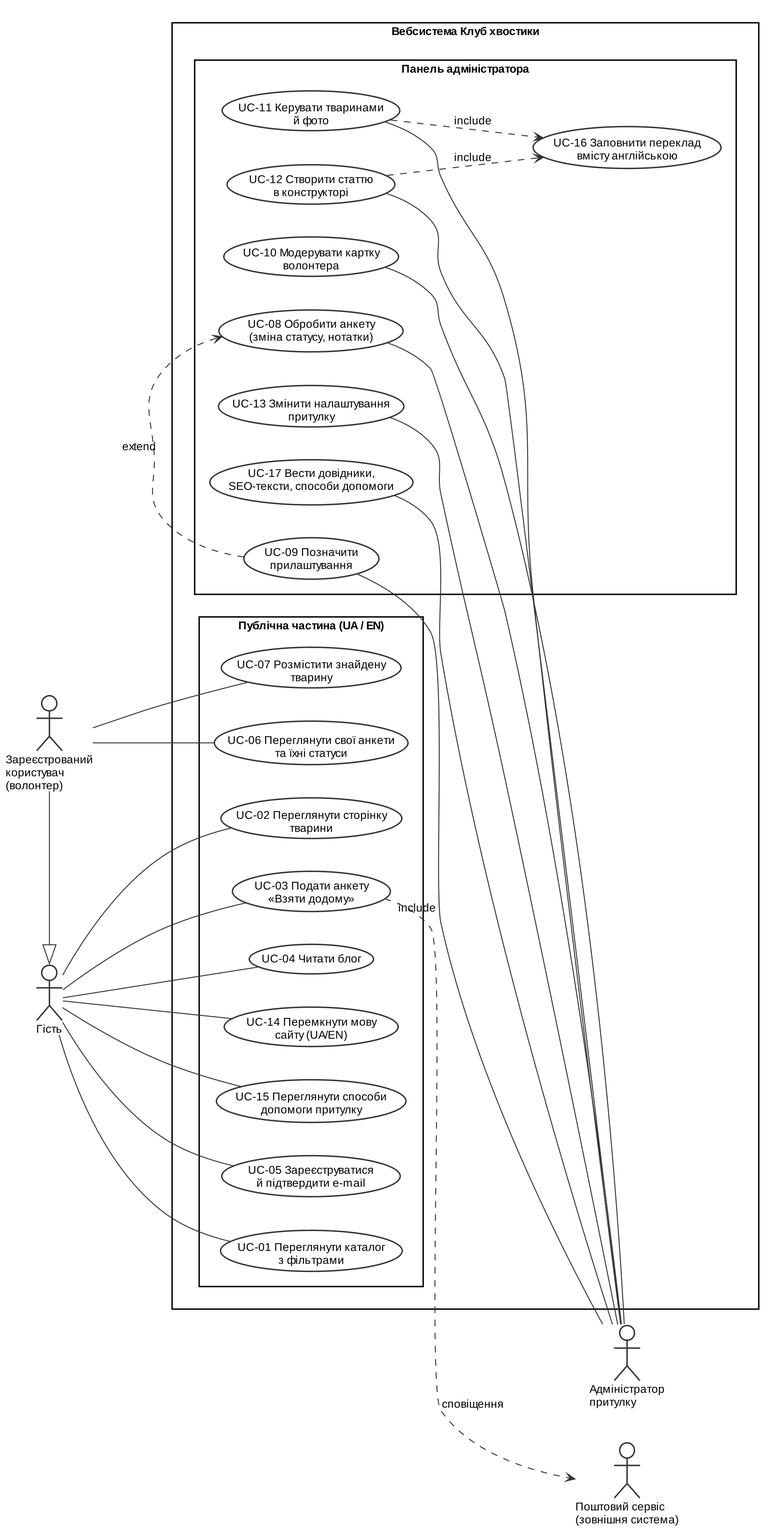
MaruSoul/shelter-adoption keeps this PlantUML diagram as docs/diagrams/01-usecases.png. Above is the earlier version. Its source is kept beside it as docs/diagrams/01-usecases.puml.
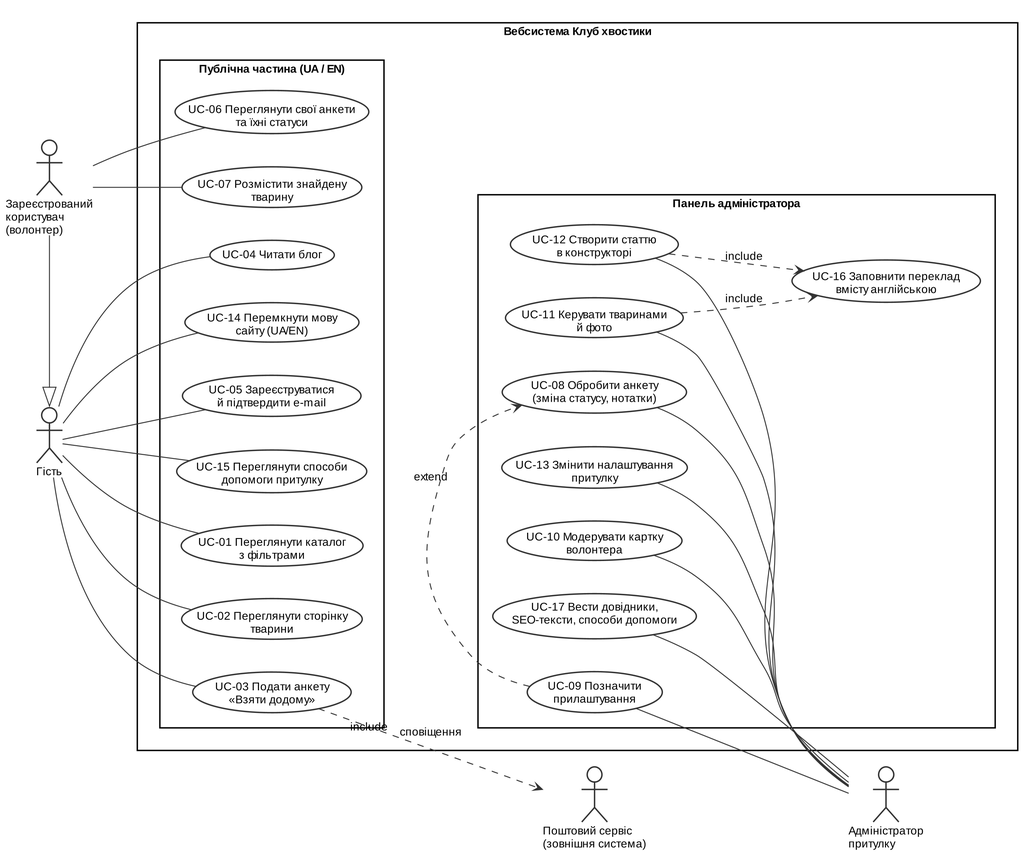
The same diagram one commit later.

Commit message:
Use case diagram: public part and admin panel side by side

Change to the diagram source:
```diff
@@ -49,4 +49,7 @@
 UC12 ..> UC16 : «include»
 UC3 ..> M : «include»\nсповіщення
 UC9 .> UC8 : «extend»
+UC14 -[hidden]-> UC8
+UC15 -[hidden]-> UC10
+UC5 -[hidden]-> UC13
 @enduml
```
